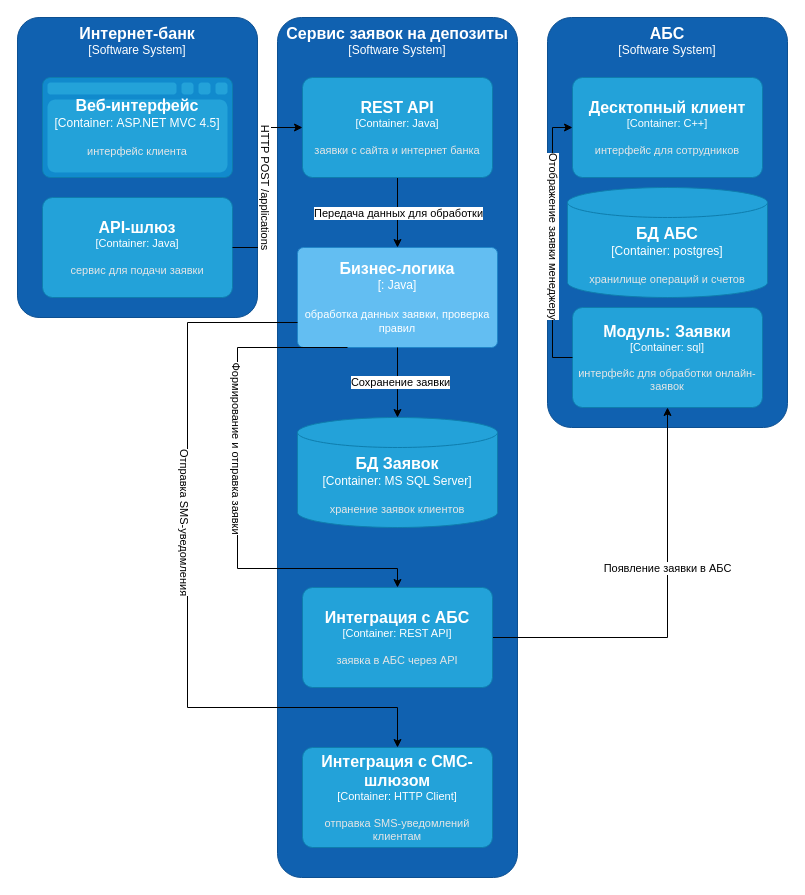
Before: Task3/task_3_container_diagram.drawio in honeypot9/architecture-pro-standart, a draw.io diagram. Source tidied: cells renumbered, new cells numbered last; positions are measured from the earlier drawing's top-left corner, leaving out a move shared by most shapes. Both pictures are drawn from the tidied source at 100%, with x=0, y=0 at pixel (17, 17).
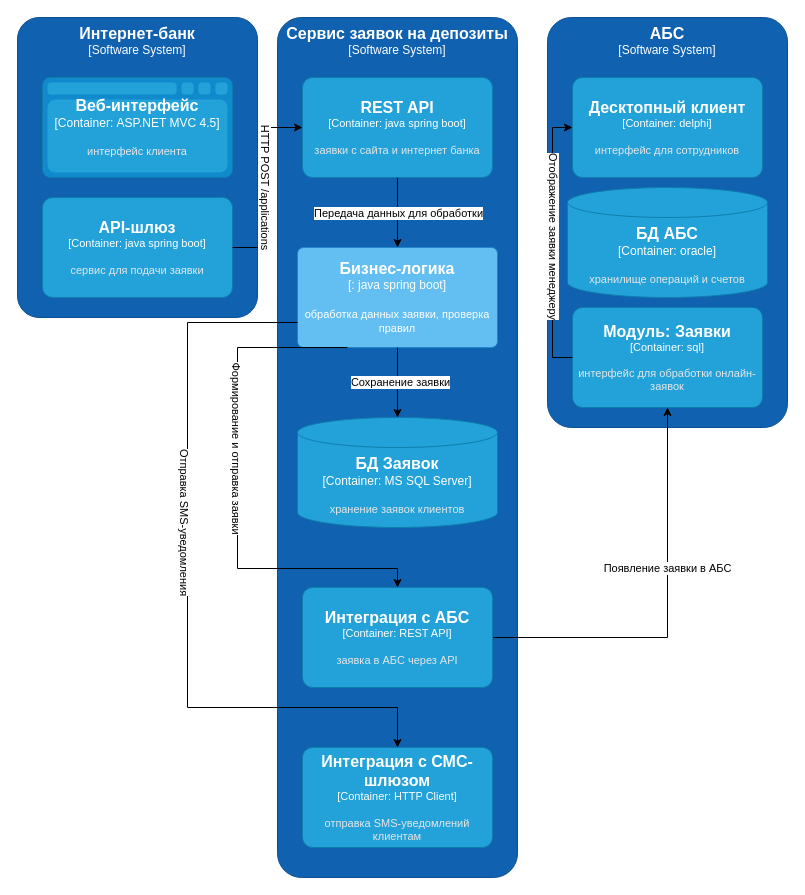
The same diagram, later.

Commit message (it also covers changes not shown here):
Задание 3. Открытие депозитов онлайн. Правка диаграмм.

Change to the diagram source:
```diff
@@
-    <object id="7" label="&lt;font style=&quot;font-size: 16px&quot;&gt;&lt;b&gt;%c4Name%&lt;/b&gt;&lt;/font&gt;&lt;div&gt;[%c4Type%: %c4Technology%]&lt;/div&gt;&lt;br&gt;&lt;div&gt;&lt;font style=&quot;font-size: 11px&quot;&gt;&lt;font color=&quot;#E6E6E6&quot;&gt;%c4Description%&lt;/font&gt;&lt;/div&gt;" c4Description="сервис для подачи заявки" c4Name="API-шлюз" c4Technology="Java" c4Type="Container" placeholders="1">
+    <object id="7" label="&lt;font style=&quot;font-size: 16px&quot;&gt;&lt;b&gt;%c4Name%&lt;/b&gt;&lt;/font&gt;&lt;div&gt;[%c4Type%: %c4Technology%]&lt;/div&gt;&lt;br&gt;&lt;div&gt;&lt;font style=&quot;font-size: 11px&quot;&gt;&lt;font color=&quot;#E6E6E6&quot;&gt;%c4Description%&lt;/font&gt;&lt;/div&gt;" c4Description="сервис для подачи заявки" c4Name="API-шлюз" c4Technology="java spring boot" c4Type="Container" placeholders="1">
       <mxCell style="rounded=1;whiteSpace=wrap;html=1;fontSize=11;labelBackgroundColor=none;fillColor=#23A2D9;fontColor=#ffffff;align=center;arcSize=10;strokeColor=#0E7DAD;points=[[0.25,0,0],[0.5,0,0],[0.75,0,0],[1,0.25,0],[1,0.5,0],[1,0.75,0],[0.75,1,0],[0.5,1,0],[0.25,1,0],[0,0.75,0],[0,0.5,0],[0,0.25,0]];" parent="1" vertex="1">
         <mxGeometry x="25" y="180" width="190" height="100" as="geometry" />
       </mxCell>
     </object>
@@
-    <object id="10" label="&lt;font style=&quot;font-size: 16px&quot;&gt;&lt;b&gt;%c4Name%&lt;/b&gt;&lt;/font&gt;&lt;div&gt;[%c4Type%: %c4Technology%]&lt;/div&gt;&lt;br&gt;&lt;div&gt;&lt;font style=&quot;font-size: 11px&quot;&gt;&lt;font color=&quot;#E6E6E6&quot;&gt;%c4Description%&lt;/font&gt;&lt;/div&gt;" c4Description="заявки с сайта и интернет банка" c4Name="REST API" c4Technology="Java" c4Type="Container" placeholders="1">
+    <object id="10" label="&lt;font style=&quot;font-size: 16px&quot;&gt;&lt;b&gt;%c4Name%&lt;/b&gt;&lt;/font&gt;&lt;div&gt;[%c4Type%: %c4Technology%]&lt;/div&gt;&lt;br&gt;&lt;div&gt;&lt;font style=&quot;font-size: 11px&quot;&gt;&lt;font color=&quot;#E6E6E6&quot;&gt;%c4Description%&lt;/font&gt;&lt;/div&gt;" c4Description="заявки с сайта и интернет банка" c4Name="REST API" c4Technology="java spring boot" c4Type="Container" placeholders="1">
       <mxCell style="rounded=1;whiteSpace=wrap;html=1;fontSize=11;labelBackgroundColor=none;fillColor=#23A2D9;fontColor=#ffffff;align=center;arcSize=10;strokeColor=#0E7DAD;points=[[0.25,0,0],[0.5,0,0],[0.75,0,0],[1,0.25,0],[1,0.5,0],[1,0.75,0],[0.75,1,0],[0.5,1,0],[0.25,1,0],[0,0.75,0],[0,0.5,0],[0,0.25,0]];" parent="1" vertex="1">
         <mxGeometry x="285" y="60" width="190" height="100" as="geometry" />
       </mxCell>
     </object>
-    <object id="11" label="&lt;font style=&quot;font-size: 16px&quot;&gt;&lt;b&gt;%c4Name%&lt;/b&gt;&lt;/font&gt;&lt;div&gt;[%c4Type%: %c4Technology%]&lt;/div&gt;&lt;br&gt;&lt;div&gt;&lt;font style=&quot;font-size: 11px&quot;&gt;%c4Description%&lt;/font&gt;&lt;/div&gt;" c4Description="обработка данных заявки, проверка правил" c4Name="Бизнес-логика" c4Technology="Java" c4Type="" placeholders="1">
+    <object id="11" label="&lt;font style=&quot;font-size: 16px&quot;&gt;&lt;b&gt;%c4Name%&lt;/b&gt;&lt;/font&gt;&lt;div&gt;[%c4Type%: %c4Technology%]&lt;/div&gt;&lt;br&gt;&lt;div&gt;&lt;font style=&quot;font-size: 11px&quot;&gt;%c4Description%&lt;/font&gt;&lt;/div&gt;" c4Description="обработка данных заявки, проверка правил" c4Name="Бизнес-логика" c4Technology="java spring boot" c4Type="" placeholders="1">
       <mxCell style="rounded=1;whiteSpace=wrap;html=1;labelBackgroundColor=none;fillColor=#63BEF2;fontColor=#ffffff;align=center;arcSize=6;strokeColor=#2086C9;points=[[0.25,0,0],[0.5,0,0],[0.75,0,0],[1,0.25,0],[1,0.5,0],[1,0.75,0],[0.75,1,0],[0.5,1,0],[0.25,1,0],[0,0.75,0],[0,0.5,0],[0,0.25,0]];" parent="1" vertex="1">
         <mxGeometry x="280" y="230" width="200" height="100" as="geometry" />
       </mxCell>
     </object>
@@
-    <object id="17" label="&lt;font style=&quot;font-size: 16px&quot;&gt;&lt;b&gt;%c4Name%&lt;/b&gt;&lt;/font&gt;&lt;div&gt;[%c4Type%: %c4Technology%]&lt;/div&gt;&lt;br&gt;&lt;div&gt;&lt;font style=&quot;font-size: 11px&quot;&gt;&lt;font color=&quot;#E6E6E6&quot;&gt;%c4Description%&lt;/font&gt;&lt;/div&gt;" c4Description="интерфейс для сотрудников" c4Name="Десктопный клиент" c4Technology="C++" c4Type="Container" placeholders="1">
+    <object id="17" label="&lt;font style=&quot;font-size: 16px&quot;&gt;&lt;b&gt;%c4Name%&lt;/b&gt;&lt;/font&gt;&lt;div&gt;[%c4Type%: %c4Technology%]&lt;/div&gt;&lt;br&gt;&lt;div&gt;&lt;font style=&quot;font-size: 11px&quot;&gt;&lt;font color=&quot;#E6E6E6&quot;&gt;%c4Description%&lt;/font&gt;&lt;/div&gt;" c4Description="интерфейс для сотрудников" c4Name="Десктопный клиент" c4Technology="delphi" c4Type="Container" placeholders="1">
       <mxCell style="rounded=1;whiteSpace=wrap;html=1;fontSize=11;labelBackgroundColor=none;fillColor=#23A2D9;fontColor=#ffffff;align=center;arcSize=10;strokeColor=#0E7DAD;points=[[0.25,0,0],[0.5,0,0],[0.75,0,0],[1,0.25,0],[1,0.5,0],[1,0.75,0],[0.75,1,0],[0.5,1,0],[0.25,1,0],[0,0.75,0],[0,0.5,0],[0,0.25,0]];" parent="1" vertex="1">
         <mxGeometry x="555" y="60" width="190" height="100" as="geometry" />
       </mxCell>
     </object>
-    <object id="18" label="&lt;font style=&quot;font-size: 16px&quot;&gt;&lt;b&gt;%c4Name%&lt;/b&gt;&lt;/font&gt;&lt;div&gt;[%c4Type%:&amp;nbsp;%c4Technology%]&lt;/div&gt;&lt;br&gt;&lt;div&gt;&lt;font style=&quot;font-size: 11px&quot;&gt;&lt;font color=&quot;#E6E6E6&quot;&gt;%c4Description%&lt;/font&gt;&lt;/div&gt;" c4Description="хранилище операций и счетов" c4Name="БД АБС" c4Technology="postgres" c4Type="Container" placeholders="1">
+    <object id="18" label="&lt;font style=&quot;font-size: 16px&quot;&gt;&lt;b&gt;%c4Name%&lt;/b&gt;&lt;/font&gt;&lt;div&gt;[%c4Type%:&amp;nbsp;%c4Technology%]&lt;/div&gt;&lt;br&gt;&lt;div&gt;&lt;font style=&quot;font-size: 11px&quot;&gt;&lt;font color=&quot;#E6E6E6&quot;&gt;%c4Description%&lt;/font&gt;&lt;/div&gt;" c4Description="хранилище операций и счетов" c4Name="БД АБС" c4Technology="oracle" c4Type="Container" placeholders="1">
       <mxCell style="shape=cylinder3;size=15;whiteSpace=wrap;html=1;boundedLbl=1;rounded=0;labelBackgroundColor=none;fillColor=#23A2D9;fontSize=12;fontColor=#ffffff;align=center;strokeColor=#0E7DAD;" parent="1" vertex="1">
         <mxGeometry x="550" y="170" width="200" height="110" as="geometry" />
       </mxCell>
     </object>
```
